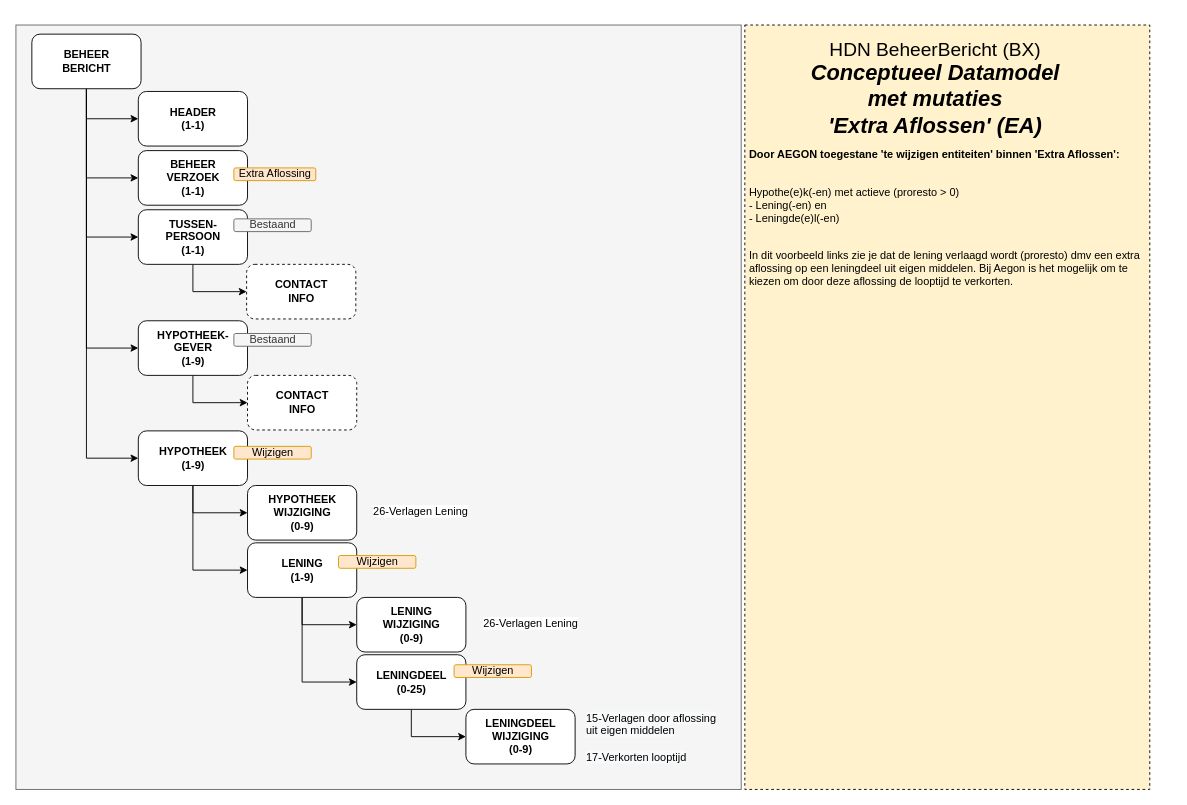
The draw.io diagram page "DataModel EA met mutaties" (2 of 5) of HDN_BX_MM_ExtraAflossing.drawio in luchthandel/diagrams, before the edit. Source tidied: cells renumbered, new cells numbered last; positions are measured from the earlier drawing's top-left corner, leaving out a move shared by most shapes. Both pictures are drawn from the tidied source at 91%, with x=0, y=0 at pixel (15, 25).
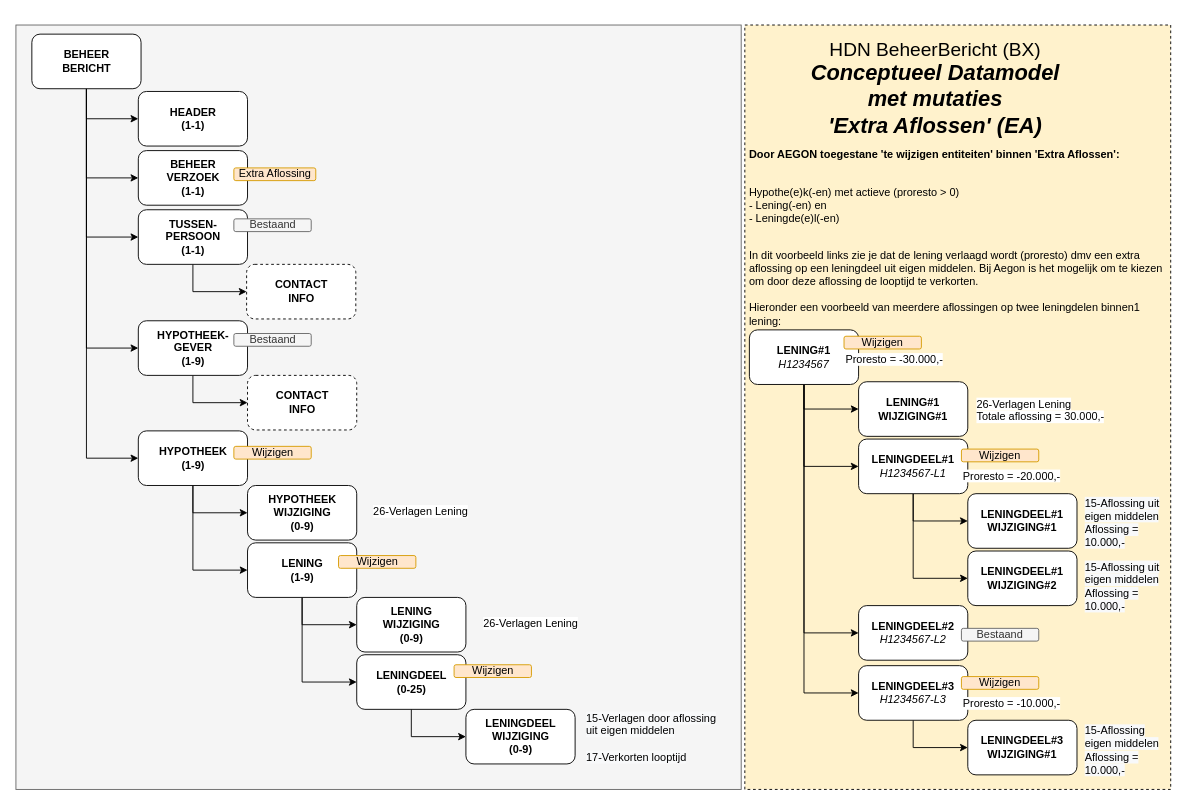
The same diagram, later.

Diff of the diagram source:
```diff
@@
-    <mxCell id="37" value="&lt;p&gt;&lt;b&gt;&lt;br class=&quot;Apple-interchange-newline&quot;&gt;&lt;br&gt;&lt;/b&gt;&lt;/p&gt;&lt;p&gt;&lt;b&gt;&lt;br class=&quot;Apple-interchange-newline&quot;&gt;&lt;br&gt;&lt;/b&gt;&lt;/p&gt;&lt;p&gt;&lt;br&gt;&lt;/p&gt;&lt;p&gt;&lt;br&gt;&lt;/p&gt;&lt;p&gt;&lt;b&gt;Door AEGON toegestane 'te wijzigen entiteiten' binnen 'Extra Aflossen':&lt;/b&gt;&lt;br&gt;&lt;/p&gt;&lt;p&gt;&lt;b&gt;&lt;br&gt;&lt;/b&gt;Hypothe(e)k(-en) met actieve (proresto &amp;gt; 0)&lt;br&gt;- Lening(-en) en&lt;br&gt;- Leningde(e)l(-en)&lt;/p&gt;&lt;br&gt;In dit voorbeeld links zie je dat de lening verlaagd wordt (proresto) dmv een extra aflossing op een leningdeel uit eigen middelen. Bij Aegon is het mogelijk om te kiezen om door deze aflossing de looptijd te verkorten.&lt;br&gt;&lt;p&gt;&lt;/p&gt;" style="text;html=1;fillColor=#fff2cc;spacing=5;spacingTop=-20;whiteSpace=wrap;overflow=hidden;rounded=0;align=left;fontSize=12;verticalAlign=top;strokeColor=#000000;dashed=1;" parent="1" vertex="1">
-      <mxGeometry x="801" width="445" height="840" as="geometry" />
+    <mxCell id="37" value="&lt;p&gt;&lt;b&gt;&lt;br class=&quot;Apple-interchange-newline&quot;&gt;&lt;br&gt;&lt;/b&gt;&lt;/p&gt;&lt;p&gt;&lt;b&gt;&lt;br class=&quot;Apple-interchange-newline&quot;&gt;&lt;br&gt;&lt;/b&gt;&lt;/p&gt;&lt;p&gt;&lt;br&gt;&lt;/p&gt;&lt;p&gt;&lt;br&gt;&lt;/p&gt;&lt;p&gt;&lt;b&gt;Door AEGON toegestane 'te wijzigen entiteiten' binnen 'Extra Aflossen':&lt;/b&gt;&lt;br&gt;&lt;/p&gt;&lt;p&gt;&lt;b&gt;&lt;br&gt;&lt;/b&gt;Hypothe(e)k(-en) met actieve (proresto &amp;gt; 0)&lt;br&gt;- Lening(-en) en&lt;br&gt;- Leningde(e)l(-en)&lt;/p&gt;&lt;br&gt;In dit voorbeeld links zie je dat de lening verlaagd wordt (proresto) dmv een extra aflossing op een leningdeel uit eigen middelen. Bij Aegon is het mogelijk om te kiezen om door deze aflossing de looptijd te verkorten.&lt;br&gt;&lt;br&gt;Hieronder een voorbeeld van meerdere aflossingen op twee leningdelen binnen1 lening:&lt;br&gt;&lt;p&gt;&lt;/p&gt;" style="text;html=1;fillColor=#fff2cc;spacing=5;spacingTop=-20;whiteSpace=wrap;overflow=hidden;rounded=0;align=left;fontSize=12;verticalAlign=top;strokeColor=#000000;dashed=1;" parent="1" vertex="1">
+      <mxGeometry x="801" width="468" height="840" as="geometry" />
     </mxCell>
@@
+    <mxCell id="39" style="edgeStyle=orthogonalEdgeStyle;rounded=0;jettySize=auto;html=1;exitX=0.5;exitY=1;exitDx=0;exitDy=0;entryX=0;entryY=0.5;entryDx=0;entryDy=0;" parent="1" edge="1" source="41" target="42">
+      <mxGeometry relative="1" as="geometry" />
+    </mxCell>
+    <mxCell id="40" style="edgeStyle=orthogonalEdgeStyle;rounded=0;jettySize=auto;html=1;exitX=0.5;exitY=1;exitDx=0;exitDy=0;entryX=0;entryY=0.5;entryDx=0;entryDy=0;" parent="1" edge="1" source="41" target="46">
+      <mxGeometry relative="1" as="geometry" />
+    </mxCell>
+    <mxCell id="41" value="LENINGDEEL#1&lt;br&gt;&lt;i style=&quot;font-weight: normal&quot;&gt;H1234567-L1&lt;/i&gt;" style="rounded=1;whiteSpace=wrap;html=1;fontStyle=1;" parent="1" vertex="1">
+      <mxGeometry x="926" y="455" width="120" height="60" as="geometry" />
+    </mxCell>
+    <mxCell id="42" value="LENINGDEEL#1&lt;br&gt;WIJZIGING#1" style="rounded=1;whiteSpace=wrap;html=1;fontStyle=1;" parent="1" vertex="1">
+      <mxGeometry x="1046" y="515" width="120" height="60" as="geometry" />
+    </mxCell>
+    <mxCell id="43" style="edgeStyle=orthogonalEdgeStyle;rounded=0;jettySize=auto;html=1;exitX=0.5;exitY=1;exitDx=0;exitDy=0;entryX=0;entryY=0.5;entryDx=0;entryDy=0;" parent="1" edge="1" source="44" target="47">
+      <mxGeometry relative="1" as="geometry" />
+    </mxCell>
+    <mxCell id="44" value="LENINGDEEL#3&lt;br&gt;&lt;i style=&quot;font-weight: normal&quot;&gt;H1234567-L3&lt;/i&gt;" style="rounded=1;whiteSpace=wrap;html=1;fontStyle=1;" parent="1" vertex="1">
+      <mxGeometry x="926" y="704" width="120" height="60" as="geometry" />
+    </mxCell>
+    <mxCell id="45" value="LENINGDEEL#2&lt;br&gt;&lt;i style=&quot;font-weight: normal&quot;&gt;H1234567-L2&lt;/i&gt;" style="rounded=1;whiteSpace=wrap;html=1;fontStyle=1;" parent="1" vertex="1">
+      <mxGeometry x="926" y="638" width="120" height="60" as="geometry" />
+    </mxCell>
+    <mxCell id="46" value="LENINGDEEL#1&lt;br&gt;WIJZIGING#2" style="rounded=1;whiteSpace=wrap;html=1;fontStyle=1;" parent="1" vertex="1">
+      <mxGeometry x="1046" y="578" width="120" height="60" as="geometry" />
+    </mxCell>
+    <mxCell id="47" value="LENINGDEEL#3&lt;br&gt;WIJZIGING#1" style="rounded=1;whiteSpace=wrap;html=1;fontStyle=1;" parent="1" vertex="1">
+      <mxGeometry x="1046" y="764" width="120" height="60" as="geometry" />
+    </mxCell>
+    <mxCell id="48" style="edgeStyle=orthogonalEdgeStyle;rounded=0;jettySize=auto;html=1;exitX=0.5;exitY=1;exitDx=0;exitDy=0;entryX=0;entryY=0.5;entryDx=0;entryDy=0;" parent="1" edge="1" source="52" target="41">
+      <mxGeometry relative="1" as="geometry" />
+    </mxCell>
+    <mxCell id="49" style="edgeStyle=orthogonalEdgeStyle;rounded=0;jettySize=auto;html=1;exitX=0.5;exitY=1;exitDx=0;exitDy=0;entryX=0;entryY=0.5;entryDx=0;entryDy=0;" parent="1" edge="1" source="52" target="45">
+      <mxGeometry relative="1" as="geometry" />
+    </mxCell>
+    <mxCell id="50" style="edgeStyle=orthogonalEdgeStyle;rounded=0;jettySize=auto;html=1;exitX=0.5;exitY=1;exitDx=0;exitDy=0;entryX=0;entryY=0.5;entryDx=0;entryDy=0;" parent="1" edge="1" source="52" target="44">
+      <mxGeometry relative="1" as="geometry" />
+    </mxCell>
+    <mxCell id="51" style="edgeStyle=orthogonalEdgeStyle;rounded=0;jettySize=auto;html=1;exitX=0.5;exitY=1;exitDx=0;exitDy=0;entryX=0;entryY=0.5;entryDx=0;entryDy=0;" parent="1" edge="1" source="52" target="58">
+      <mxGeometry relative="1" as="geometry" />
+    </mxCell>
+    <mxCell id="52" value="LENING#1&lt;br&gt;&lt;i style=&quot;font-weight: normal&quot;&gt;H1234567&lt;/i&gt;" style="rounded=1;whiteSpace=wrap;html=1;fontStyle=1;" parent="1" vertex="1">
+      <mxGeometry x="806" y="335" width="120" height="60" as="geometry" />
+    </mxCell>
+    <mxCell id="53" value="&lt;span style=&quot;color: rgb(0 , 0 , 0) ; font-family: &amp;#34;helvetica&amp;#34; ; font-size: 12px ; font-style: normal ; font-weight: 400 ; letter-spacing: normal ; text-align: center ; text-indent: 0px ; text-transform: none ; word-spacing: 0px ; background-color: rgb(255 , 255 , 255) ; display: inline ; float: none&quot;&gt;26-Verlagen Lening&lt;br&gt;Totale aflossing = 30.000,-&lt;br&gt;&lt;/span&gt;" style="text;whiteSpace=wrap;html=1;" parent="1" vertex="1">
+      <mxGeometry x="1054" y="403" width="158" height="30" as="geometry" />
+    </mxCell>
+    <mxCell id="54" value="&lt;span style=&quot;color: rgb(0 , 0 , 0) ; font-family: &amp;#34;helvetica&amp;#34; ; font-size: 12px ; font-style: normal ; font-weight: 400 ; letter-spacing: normal ; text-align: left ; text-indent: 0px ; text-transform: none ; word-spacing: 0px ; background-color: rgb(248 , 249 , 250) ; display: inline ; float: none&quot;&gt;15-Aflossing uit eigen middelen&lt;br&gt;Aflossing = 10.000,-&lt;br&gt;&lt;br&gt;&lt;/span&gt;" style="text;whiteSpace=wrap;html=1;" parent="1" vertex="1">
+      <mxGeometry x="1173" y="512" width="87" height="47" as="geometry" />
+    </mxCell>
+    <mxCell id="55" value="&lt;span style=&quot;color: rgb(0 , 0 , 0) ; font-family: &amp;#34;helvetica&amp;#34; ; font-size: 12px ; font-style: normal ; font-weight: 400 ; letter-spacing: normal ; text-align: left ; text-indent: 0px ; text-transform: none ; word-spacing: 0px ; background-color: rgb(248 , 249 , 250) ; display: inline ; float: none&quot;&gt;15-Aflossing uit eigen middelen&lt;br&gt;Aflossing = 10.000,-&lt;br&gt;&lt;br&gt;&lt;/span&gt;" style="text;whiteSpace=wrap;html=1;" parent="1" vertex="1">
+      <mxGeometry x="1173" y="582" width="87" height="47" as="geometry" />
+    </mxCell>
+    <mxCell id="56" value="&lt;span style=&quot;color: rgb(0 , 0 , 0) ; font-family: &amp;#34;helvetica&amp;#34; ; font-size: 12px ; font-style: normal ; font-weight: 400 ; letter-spacing: normal ; text-align: center ; text-indent: 0px ; text-transform: none ; word-spacing: 0px ; background-color: rgb(255 , 255 , 255) ; display: inline ; float: none&quot;&gt;Proresto = -20.000,-&lt;br&gt;&lt;/span&gt;" style="text;whiteSpace=wrap;html=1;" parent="1" vertex="1">
+      <mxGeometry x="1039" y="482" width="158" height="30" as="geometry" />
+    </mxCell>
+    <mxCell id="57" value="&lt;span style=&quot;font-weight: 400&quot;&gt;Wijzigen&lt;/span&gt;" style="rounded=1;whiteSpace=wrap;html=1;fontStyle=1;fillColor=#ffe6cc;strokeColor=#d79b00;" parent="1" vertex="1">
+      <mxGeometry x="1039" y="466" width="85" height="14" as="geometry" />
+    </mxCell>
+    <mxCell id="58" value="LENING#1&lt;br&gt;WIJZIGING#1" style="rounded=1;whiteSpace=wrap;html=1;fontStyle=1;" parent="1" vertex="1">
+      <mxGeometry x="926" y="392" width="120" height="60" as="geometry" />
+    </mxCell>
+    <mxCell id="59" value="&lt;span style=&quot;font-weight: 400&quot;&gt;Wijzigen&lt;/span&gt;" style="rounded=1;whiteSpace=wrap;html=1;fontStyle=1;fillColor=#ffe6cc;strokeColor=#d79b00;" parent="1" vertex="1">
+      <mxGeometry x="910" y="342" width="85" height="14" as="geometry" />
+    </mxCell>
+    <mxCell id="60" value="&lt;span style=&quot;color: rgb(0 , 0 , 0) ; font-family: &amp;#34;helvetica&amp;#34; ; font-size: 12px ; font-style: normal ; font-weight: 400 ; letter-spacing: normal ; text-align: center ; text-indent: 0px ; text-transform: none ; word-spacing: 0px ; background-color: rgb(255 , 255 , 255) ; display: inline ; float: none&quot;&gt;Proresto = -30.000,-&lt;br&gt;&lt;/span&gt;" style="text;whiteSpace=wrap;html=1;" parent="1" vertex="1">
+      <mxGeometry x="910" y="354" width="158" height="30" as="geometry" />
+    </mxCell>
+    <mxCell id="61" value="&lt;span style=&quot;font-weight: 400&quot;&gt;Bestaand&lt;/span&gt;" style="rounded=1;whiteSpace=wrap;html=1;fontStyle=1;fillColor=#f5f5f5;strokeColor=#666666;fontColor=#333333;" parent="1" vertex="1">
+      <mxGeometry x="1039" y="663" width="85" height="14" as="geometry" />
+    </mxCell>
+    <mxCell id="62" value="&lt;span style=&quot;color: rgb(0 , 0 , 0) ; font-family: &amp;#34;helvetica&amp;#34; ; font-size: 12px ; font-style: normal ; font-weight: 400 ; letter-spacing: normal ; text-align: center ; text-indent: 0px ; text-transform: none ; word-spacing: 0px ; background-color: rgb(255 , 255 , 255) ; display: inline ; float: none&quot;&gt;Proresto = -10.000,-&lt;br&gt;&lt;/span&gt;" style="text;whiteSpace=wrap;html=1;" parent="1" vertex="1">
+      <mxGeometry x="1039" y="732" width="158" height="30" as="geometry" />
+    </mxCell>
+    <mxCell id="63" value="&lt;span style=&quot;font-weight: 400&quot;&gt;Wijzigen&lt;/span&gt;" style="rounded=1;whiteSpace=wrap;html=1;fontStyle=1;fillColor=#ffe6cc;strokeColor=#d79b00;" parent="1" vertex="1">
+      <mxGeometry x="1039" y="716" width="85" height="14" as="geometry" />
+    </mxCell>
+    <mxCell id="64" value="&lt;span style=&quot;color: rgb(0 , 0 , 0) ; font-family: &amp;#34;helvetica&amp;#34; ; font-size: 12px ; font-style: normal ; font-weight: 400 ; letter-spacing: normal ; text-align: left ; text-indent: 0px ; text-transform: none ; word-spacing: 0px ; background-color: rgb(248 , 249 , 250) ; display: inline ; float: none&quot;&gt;15-Aflossing eigen middelen&lt;br&gt;Aflossing = 10.000,-&lt;br&gt;&lt;br&gt;&lt;/span&gt;" style="text;whiteSpace=wrap;html=1;" parent="1" vertex="1">
+      <mxGeometry x="1173" y="762" width="87" height="47" as="geometry" />
+    </mxCell>
```
